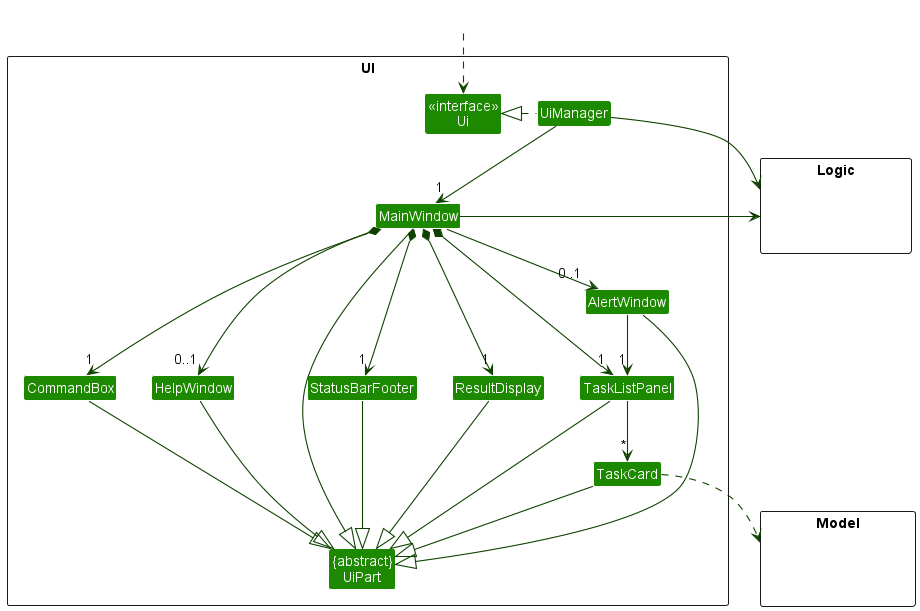
The PlantUML diagram docs/images/UiClassDiagram.png in nus-cs2103-AY2223S2/tp, before a commit.
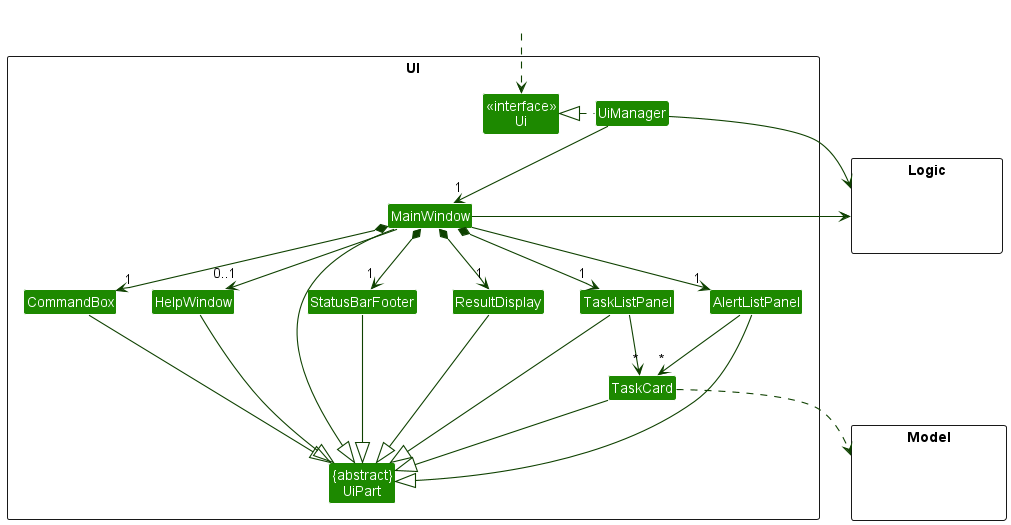
After the commit.

Diff of the diagram source:
```diff
@@ -10,7 +10,7 @@
 Class UiManager
 Class MainWindow
 Class HelpWindow
-Class AlertWindow
+Class AlertListPanel
 Class ResultDisplay
 Class TaskListPanel
 Class TaskCard
@@ -31,19 +31,19 @@
 
 UiManager .left.|> Ui
 UiManager -down-> "1" MainWindow
-MainWindow -down-> "0..1" AlertWindow
+MainWindow -down-> "1" AlertListPanel
 MainWindow *-down->  "1" CommandBox
 MainWindow *-down-> "1" ResultDisplay
 MainWindow *-down-> "1" TaskListPanel
 MainWindow *-down-> "1" StatusBarFooter
 MainWindow --> "0..1" HelpWindow
-AlertWindow --> "1" TaskListPanel
+AlertListPanel --> "*" TaskCard
 
 TaskListPanel -down-> "*" TaskCard
 
 MainWindow -left-|> UiPart
 
-AlertWindow --|> UiPart
+AlertListPanel --|> UiPart
 ResultDisplay --|> UiPart
 CommandBox --|> UiPart
 TaskListPanel --|> UiPart
```
